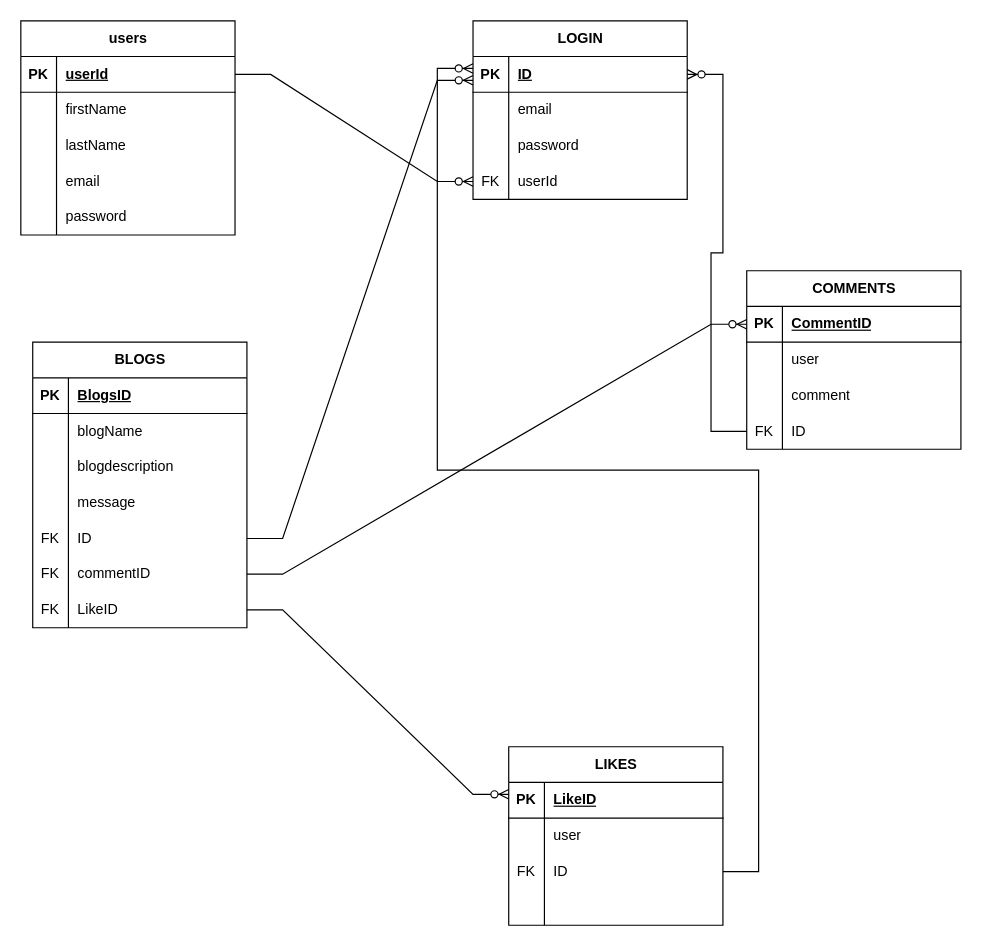
The draw.io diagram my_brand.drawio in Franklin-pro/branding, before the edit. Source tidied: cells renumbered, new cells numbered last; positions are measured from the earlier drawing's top-left corner, leaving out a move shared by most shapes. Both pictures are drawn from the tidied source at 119%, with x=0, y=0 at pixel (20, -27).
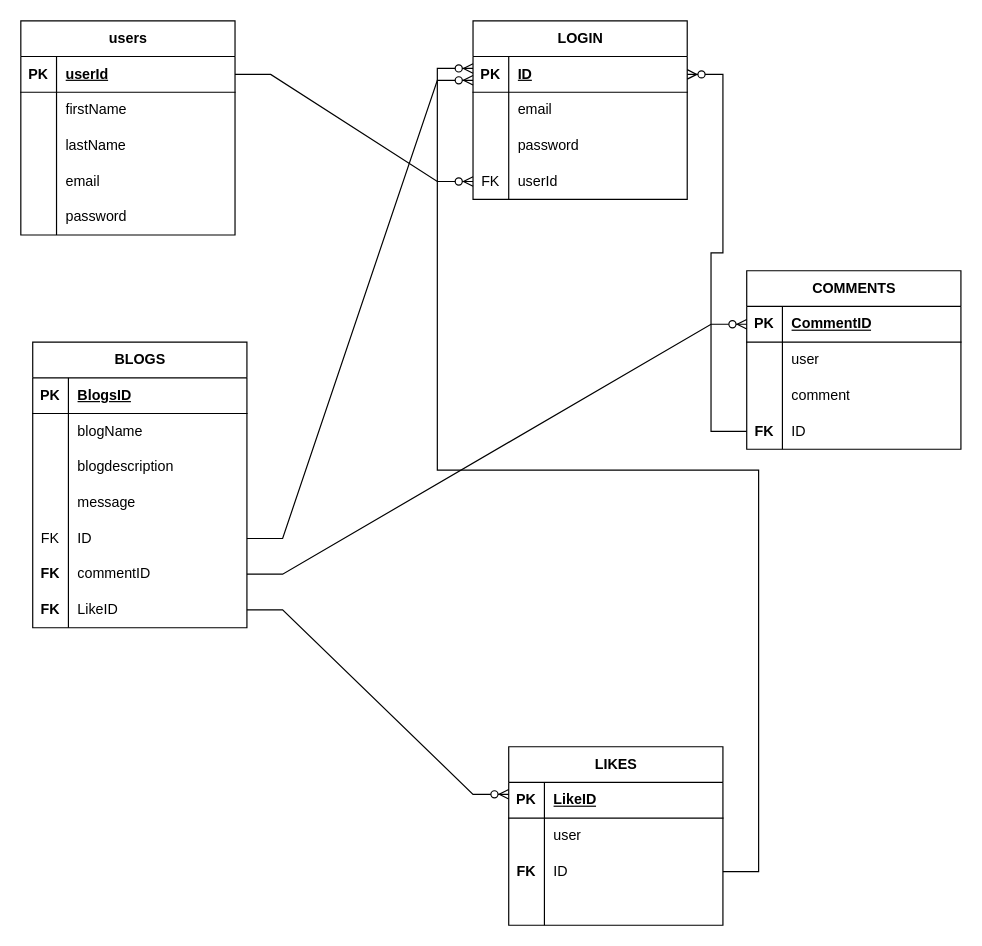
The same diagram, later.

Unchanged cells that the change refers to:
```xml
<mxCell id="48" style="shape=tableRow;horizontal=0;startSize=0;swimlaneHead=0;swimlaneBody=0;fillColor=none;points=[[0,0.5],[1,0.5]];portConstraint=eastwest;top=0;left=0;right=0;bottom=0;" parent="32" vertex="1">
  <mxGeometry y="180" width="180" height="30" as="geometry" />
</mxCell>
<mxCell id="51" style="shape=tableRow;horizontal=0;startSize=0;swimlaneHead=0;swimlaneBody=0;fillColor=none;points=[[0,0.5],[1,0.5]];portConstraint=eastwest;top=0;left=0;right=0;bottom=0;" parent="32" vertex="1">
  <mxGeometry y="210" width="180" height="30" as="geometry" />
</mxCell>
<mxCell id="65" style="shape=tableRow;horizontal=0;startSize=0;swimlaneHead=0;swimlaneBody=0;fillColor=none;points=[[0,0.5],[1,0.5]];portConstraint=eastwest;top=0;left=0;right=0;bottom=0;" parent="55" vertex="1">
  <mxGeometry y="120" width="180" height="30" as="geometry" />
</mxCell>
<mxCell id="77" style="shape=tableRow;horizontal=0;startSize=0;swimlaneHead=0;swimlaneBody=0;fillColor=none;points=[[0,0.5],[1,0.5]];portConstraint=eastwest;top=0;left=0;right=0;bottom=0;" parent="70" vertex="1">
  <mxGeometry y="90" width="180" height="30" as="geometry" />
</mxCell>
```

The edit, as a diff of the source:
```diff
@@
-    <mxCell id="49" value="FK" style="shape=partialRectangle;fillColor=none;top=0;left=0;bottom=0;right=0;overflow=hidden;whiteSpace=wrap;html=1;" parent="48" vertex="1">
+    <mxCell id="49" value="&lt;b&gt;FK&lt;/b&gt;" style="shape=partialRectangle;fillColor=none;top=0;left=0;bottom=0;right=0;overflow=hidden;whiteSpace=wrap;html=1;" parent="48" vertex="1">
       <mxGeometry width="30" height="30" as="geometry" />
     </mxCell>
@@
-    <mxCell id="52" value="FK" style="shape=partialRectangle;fillColor=none;top=0;left=0;bottom=0;right=0;overflow=hidden;whiteSpace=wrap;html=1;" parent="51" vertex="1">
+    <mxCell id="52" value="&lt;b&gt;FK&lt;/b&gt;" style="shape=partialRectangle;fillColor=none;top=0;left=0;bottom=0;right=0;overflow=hidden;whiteSpace=wrap;html=1;" parent="51" vertex="1">
       <mxGeometry width="30" height="30" as="geometry" />
     </mxCell>
@@
-    <mxCell id="66" value="FK" style="shape=partialRectangle;fillColor=none;top=0;left=0;bottom=0;right=0;overflow=hidden;whiteSpace=wrap;html=1;" parent="65" vertex="1">
+    <mxCell id="66" value="&lt;b&gt;FK&lt;/b&gt;" style="shape=partialRectangle;fillColor=none;top=0;left=0;bottom=0;right=0;overflow=hidden;whiteSpace=wrap;html=1;" parent="65" vertex="1">
       <mxGeometry width="30" height="30" as="geometry" />
     </mxCell>
@@
-    <mxCell id="78" value="FK" style="shape=partialRectangle;fillColor=none;top=0;left=0;bottom=0;right=0;overflow=hidden;whiteSpace=wrap;html=1;" parent="77" vertex="1">
+    <mxCell id="78" value="&lt;b&gt;FK&lt;/b&gt;" style="shape=partialRectangle;fillColor=none;top=0;left=0;bottom=0;right=0;overflow=hidden;whiteSpace=wrap;html=1;" parent="77" vertex="1">
       <mxGeometry width="30" height="30" as="geometry" />
     </mxCell>
```
